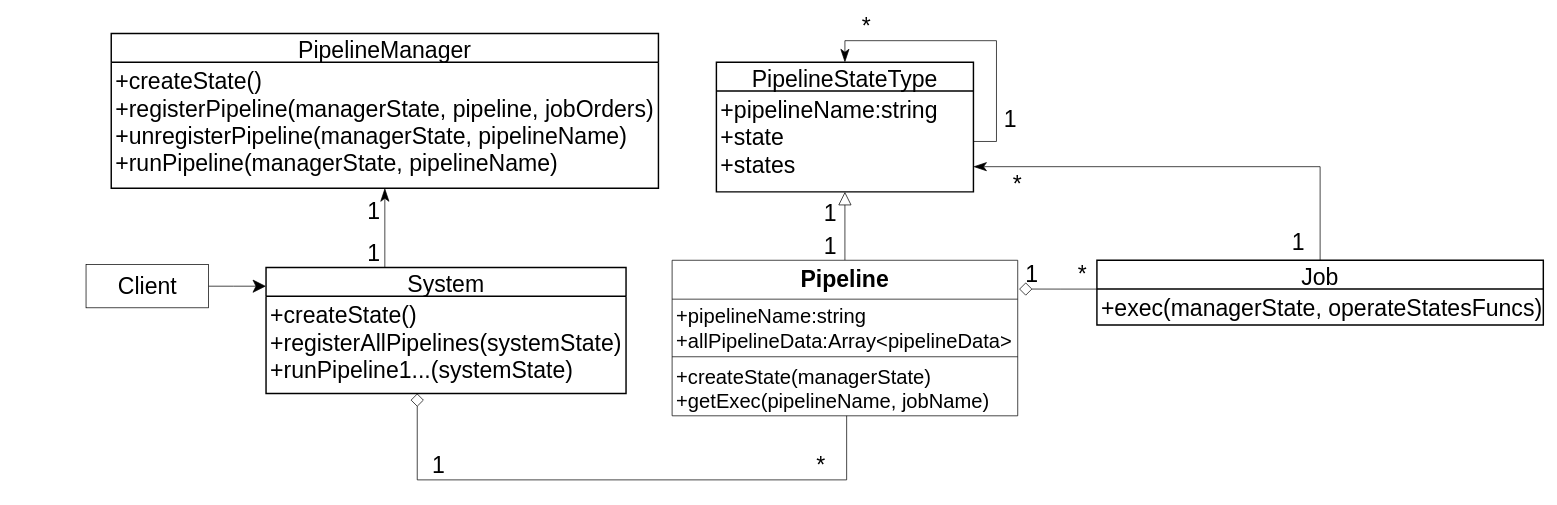
Above: packages/管道模式/role_abstract/UML.drawio in yyc-git/3DProgramPattern (draw.io), before the change. Source tidied: cells renumbered, new cells numbered last; positions are measured from the earlier drawing's top-left corner, leaving out a move shared by most shapes. Both pictures are drawn from the tidied source at 72%, with x=0, y=0 at pixel (86, 19).
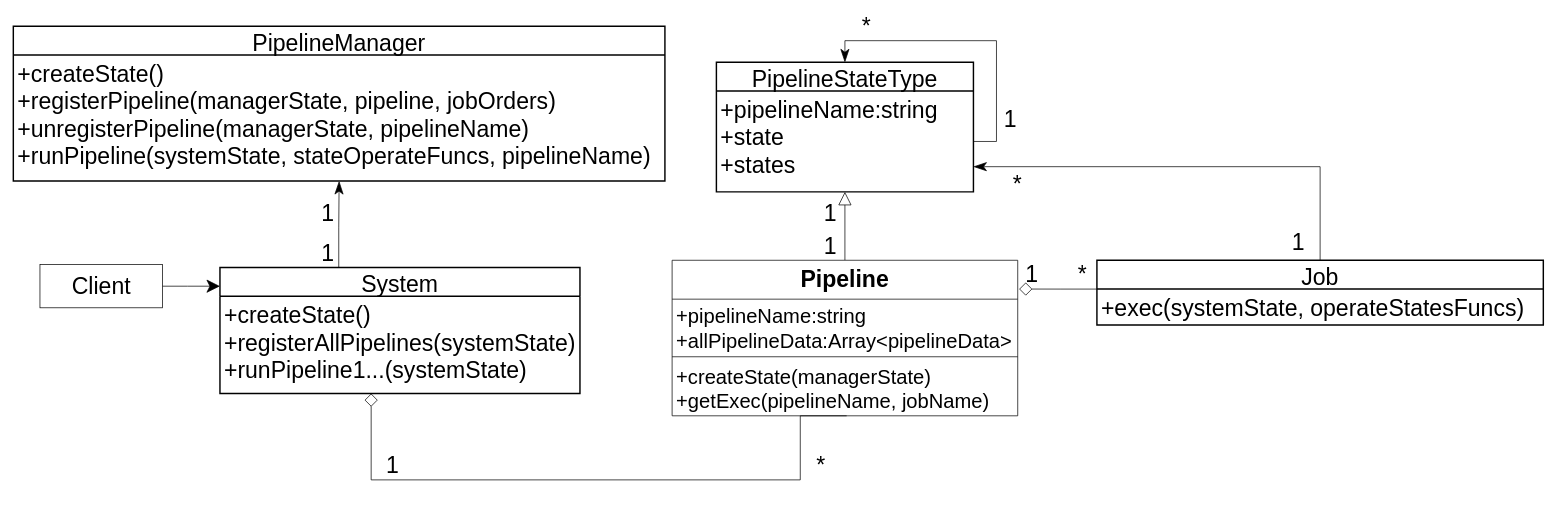
Above is the later version.

Unchanged cells that the change refers to:
```xml
<mxCell id="4" value="Job" style="swimlane;horizontal=1;startSize=40;rounded=0;fontSize=32;fontStyle=0;strokeWidth=2;shadow=0;dashed=0;align=center;" parent="1" vertex="1">
  <mxGeometry x="1404" y="335" width="620" height="90" as="geometry" />
</mxCell>
<mxCell id="14" value="+createState(managerState)&#10;+getExec(pipelineName, jobName)" style="text;strokeColor=none;fillColor=none;align=left;verticalAlign=top;spacingLeft=4;spacingRight=4;overflow=hidden;points=[[0,0.5],[1,0.5]];portConstraint=eastwest;fontSize=28;" parent="11" vertex="1">
  <mxGeometry y="138" width="480" height="78" as="geometry" />
</mxCell>
```

The edit, as a diff of the source:
```diff
@@
-    <mxCell id="5" value="+exec(managerState, operateStatesFuncs)" style="align=left;strokeColor=none;fillColor=none;spacingLeft=4;fontSize=32;verticalAlign=top;" parent="4" vertex="1">
+    <mxCell id="5" value="+exec(systemState, operateStatesFuncs)" style="align=left;strokeColor=none;fillColor=none;spacingLeft=4;fontSize=32;verticalAlign=top;" parent="4" vertex="1">
       <mxGeometry y="40" width="620" height="50" as="geometry" />
     </mxCell>
     <mxCell id="6" value="PipelineManager" style="swimlane;horizontal=1;startSize=40;rounded=0;fontSize=32;fontStyle=0;strokeWidth=2;shadow=0;dashed=0;align=center;" parent="1" vertex="1">
-      <mxGeometry x="35" y="20" width="760" height="215" as="geometry" />
+      <mxGeometry x="-101" y="10" width="905" height="215" as="geometry" />
     </mxCell>
-    <mxCell id="7" value="+createState()&#10;+registerPipeline(managerState, pipeline, jobOrders)&#10;+unregisterPipeline(managerState, pipelineName)&#10;+runPipeline(managerState, pipelineName)" style="align=left;strokeColor=none;fillColor=none;spacingLeft=4;fontSize=32;verticalAlign=top;" parent="6" vertex="1">
-      <mxGeometry y="40" width="760" height="175" as="geometry" />
+    <mxCell id="7" value="+createState()&#10;+registerPipeline(managerState, pipeline, jobOrders)&#10;+unregisterPipeline(managerState, pipelineName)&#10;+runPipeline(systemState, stateOperateFuncs, pipelineName)" style="align=left;strokeColor=none;fillColor=none;spacingLeft=4;fontSize=32;verticalAlign=top;" parent="6" vertex="1">
+      <mxGeometry y="40" width="905" height="175" as="geometry" />
     </mxCell>
@@
     <mxCell id="16" value="System" style="swimlane;horizontal=1;startSize=40;rounded=0;fontSize=32;fontStyle=0;strokeWidth=2;shadow=0;dashed=0;align=center;" parent="1" vertex="1">
-      <mxGeometry x="250" y="345" width="500" height="175" as="geometry" />
+      <mxGeometry x="186" y="345" width="500" height="175" as="geometry" />
     </mxCell>
@@
     <mxCell id="18" style="edgeStyle=orthogonalEdgeStyle;rounded=0;jettySize=auto;html=1;fontSize=28;endArrow=classic;endFill=1;startSize=16;endSize=16;" parent="1" edge="1" source="19">
       <mxGeometry relative="1" as="geometry">
-        <mxPoint x="250" y="371" as="targetPoint" />
+        <mxPoint x="186" y="371" as="targetPoint" />
       </mxGeometry>
     </mxCell>
     <mxCell id="19" value="Client" style="html=1;fontSize=32;" parent="1" vertex="1">
-      <mxGeometry y="341" width="170" height="60" as="geometry" />
+      <mxGeometry x="-64" y="341" width="170" height="60" as="geometry" />
     </mxCell>
     <mxCell id="20" value="&lt;font style=&quot;font-size: 32px&quot;&gt;1&lt;/font&gt;" style="text;html=1;strokeColor=none;fillColor=none;align=center;verticalAlign=middle;whiteSpace=wrap;rounded=0;fontSize=28;" parent="1" vertex="1">
-      <mxGeometry x="380" y="316" width="40" height="20" as="geometry" />
+      <mxGeometry x="316" y="316" width="40" height="20" as="geometry" />
     </mxCell>
     <mxCell id="21" value="&lt;span style=&quot;font-size: 32px&quot;&gt;1&lt;/span&gt;" style="text;html=1;strokeColor=none;fillColor=none;align=center;verticalAlign=middle;whiteSpace=wrap;rounded=0;fontSize=28;" parent="1" vertex="1">
-      <mxGeometry x="380" y="257" width="40" height="20" as="geometry" />
+      <mxGeometry x="316" y="260" width="40" height="20" as="geometry" />
     </mxCell>
@@
     <mxCell id="25" style="edgeStyle=orthogonalEdgeStyle;rounded=0;jettySize=auto;html=1;entryX=0.505;entryY=1;entryDx=0;entryDy=0;entryPerimeter=0;fontSize=28;endArrow=none;endFill=0;startSize=16;endSize=16;startArrow=diamond;startFill=0;" parent="1" edge="1" target="14">
       <mxGeometry relative="1" as="geometry">
-        <mxPoint x="460" y="520" as="sourcePoint" />
+        <mxPoint x="396" y="520" as="sourcePoint" />
         <Array as="points">
-          <mxPoint x="460" y="640" />
-          <mxPoint x="1056" y="640" />
+          <mxPoint x="396" y="640" />
+          <mxPoint x="992" y="640" />
         </Array>
       </mxGeometry>
     </mxCell>
@@
     <mxCell id="27" value="&lt;font style=&quot;font-size: 32px&quot;&gt;1&lt;/font&gt;" style="text;html=1;strokeColor=none;fillColor=none;align=center;verticalAlign=middle;whiteSpace=wrap;rounded=0;fontSize=28;" parent="1" vertex="1">
-      <mxGeometry x="470" y="610" width="40" height="20" as="geometry" />
+      <mxGeometry x="406" y="610" width="40" height="20" as="geometry" />
     </mxCell>
```
